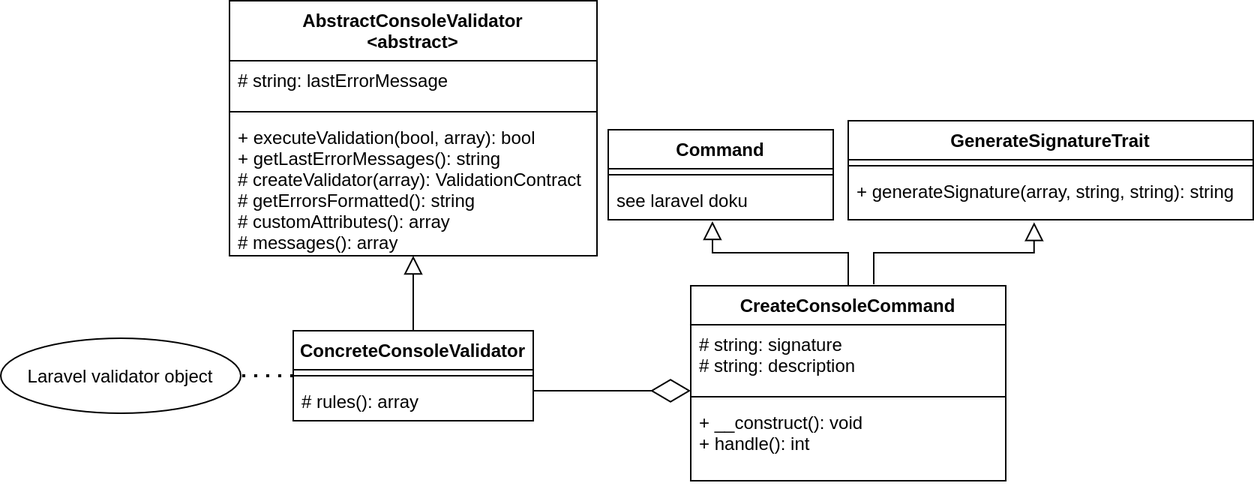
Earlier version of the draw.io export images/class_diagram_accurately.png (wtl-oss/os-commandline-validation). Source tidied: cells renumbered, new cells last; positions are measured from the earlier drawing's top-left corner, leaving out a move shared by most shapes.
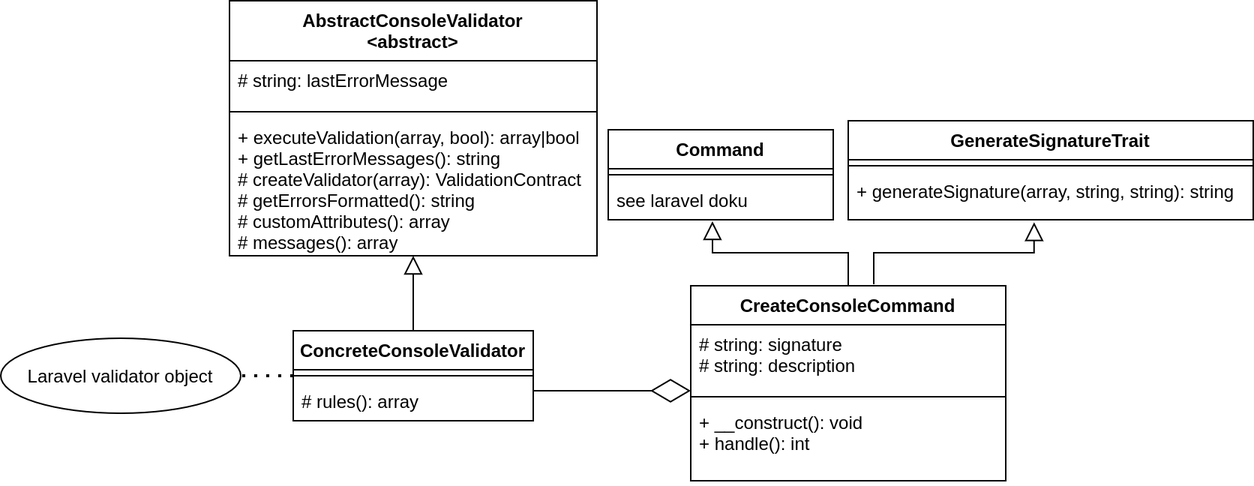
After the commit.

Commit message:
Review, update the readme and the accurate class diagram

The edit, as a diff of the source:
```diff
@@ -11,7 +11,7 @@
     <mxCell id="4" style="line;strokeWidth=1;fillColor=none;align=left;verticalAlign=middle;spacingTop=-1;spacingLeft=3;spacingRight=3;labelPosition=right;" parent="2" vertex="1">
       <mxGeometry y="70" width="245" height="8" as="geometry" />
     </mxCell>
-    <mxCell id="5" value="+ executeValidation(bool, array): bool&#10;+ getLastErrorMessages(): string&#10;# createValidator(array): ValidationContract&#10;# getErrorsFormatted(): string&#10;# customAttributes(): array&#10;# messages(): array" style="text;strokeColor=none;fillColor=none;align=left;verticalAlign=top;spacingLeft=4;spacingRight=4;overflow=hidden;points=[[0,0.5],[1,0.5]];portConstraint=eastwest;" parent="2" vertex="1">
+    <mxCell id="5" value="+ executeValidation(array, bool): array|bool&#10;+ getLastErrorMessages(): string&#10;# createValidator(array): ValidationContract&#10;# getErrorsFormatted(): string&#10;# customAttributes(): array&#10;# messages(): array" style="text;strokeColor=none;fillColor=none;align=left;verticalAlign=top;spacingLeft=4;spacingRight=4;overflow=hidden;points=[[0,0.5],[1,0.5]];portConstraint=eastwest;" parent="2" vertex="1">
       <mxGeometry y="78" width="245" height="92" as="geometry" />
     </mxCell>
     <mxCell id="6" value="GenerateSignatureTrait" style="swimlane;fontStyle=1;align=center;verticalAlign=top;horizontal=1;startSize=26;" parent="1" vertex="1">
```
